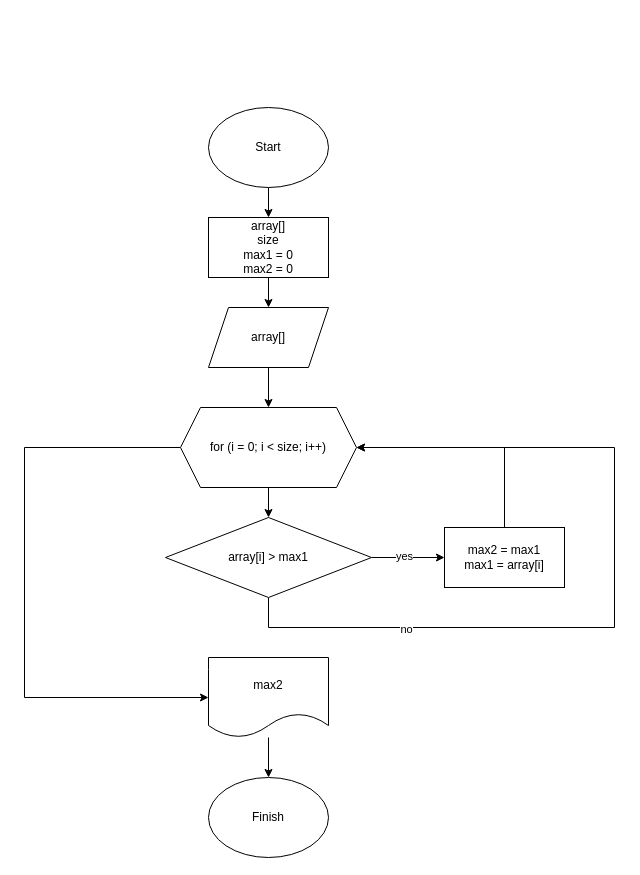
m00700728/Learning2 keeps this draw.io diagram as Second_max.drawio. Above is the earlier version. Source tidied: cells renumbered, new cells numbered last; positions are measured from the earlier drawing's top-left corner, leaving out a move shared by most shapes. Both pictures are drawn from the tidied source at 100%, with x=0, y=0 at pixel (24, 107).
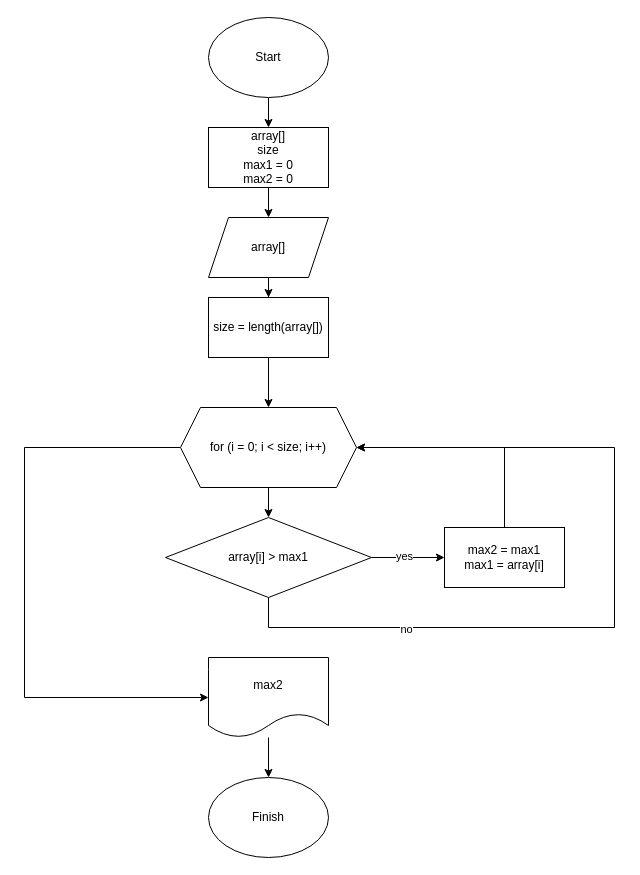
The same diagram, later.

Unchanged cells that the change refers to:
```xml
<mxCell id="11" value="for (i = 0; i &amp;lt; size; i++)" style="shape=hexagon;perimeter=hexagonPerimeter2;whiteSpace=wrap;html=1;fixedSize=1;" parent="1" vertex="1">
  <mxGeometry x="156" y="300" width="176" height="80" as="geometry" />
</mxCell>
```

Diff of the diagram source:
```diff
@@
     <mxCell id="3" value="Start" style="ellipse;whiteSpace=wrap;html=1;" parent="1" vertex="1">
-      <mxGeometry x="184" width="120" height="80" as="geometry" />
+      <mxGeometry x="184" y="-90" width="120" height="80" as="geometry" />
     </mxCell>
@@
     <mxCell id="6" value="array[]&lt;br&gt;size&lt;br&gt;max1 = 0&lt;br&gt;max2 = 0" style="rounded=0;whiteSpace=wrap;html=1;" parent="1" vertex="1">
-      <mxGeometry x="184" y="110" width="120" height="60" as="geometry" />
+      <mxGeometry x="184" y="20" width="120" height="60" as="geometry" />
     </mxCell>
-    <mxCell id="7" style="edgeStyle=orthogonalEdgeStyle;rounded=0;jettySize=auto;html=1;" parent="1" edge="1" source="8" target="11">
-      <mxGeometry relative="1" as="geometry" />
-    </mxCell>
+    <mxCell id="21" style="edgeStyle=orthogonalEdgeStyle;rounded=0;jettySize=auto;html=1;entryX=0.5;entryY=0;entryDx=0;entryDy=0;" parent="1" edge="1" source="8" target="23">
+      <mxGeometry relative="1" as="geometry" />
+    </mxCell>
     <mxCell id="8" value="array[]" style="shape=parallelogram;perimeter=parallelogramPerimeter;whiteSpace=wrap;html=1;fixedSize=1;" parent="1" vertex="1">
-      <mxGeometry x="184" y="200" width="120" height="60" as="geometry" />
+      <mxGeometry x="184" y="110" width="120" height="60" as="geometry" />
     </mxCell>
@@
+    <mxCell id="22" style="edgeStyle=orthogonalEdgeStyle;rounded=0;jettySize=auto;html=1;entryX=0.5;entryY=0;entryDx=0;entryDy=0;" parent="1" edge="1" source="23" target="11">
+      <mxGeometry relative="1" as="geometry" />
+    </mxCell>
+    <mxCell id="23" value="size = length(array[])" style="rounded=0;whiteSpace=wrap;html=1;" parent="1" vertex="1">
+      <mxGeometry x="184" y="190" width="120" height="60" as="geometry" />
+    </mxCell>
```
